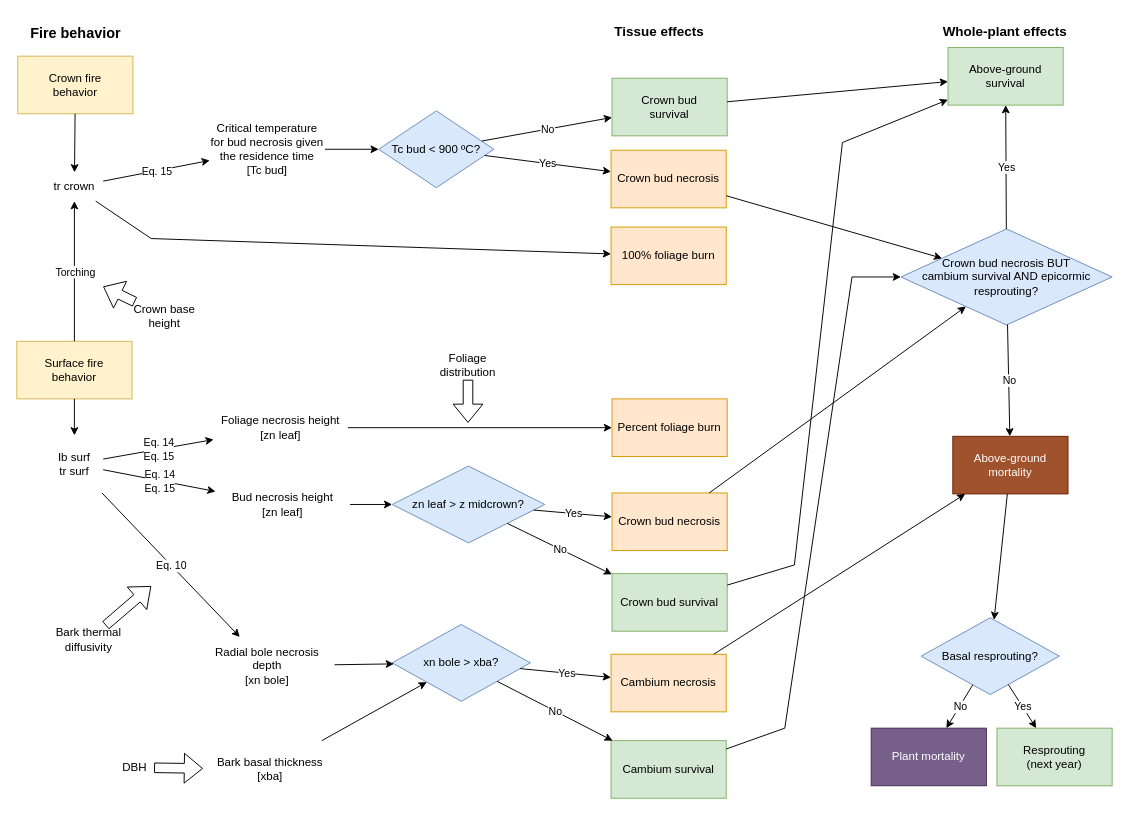
Before: FireSeverity.drawio in emf-creaf/medfatebook, a draw.io diagram. Source tidied: cells renumbered, new cells numbered last; positions are measured from the earlier drawing's top-left corner, leaving out a move shared by most shapes. Both pictures are drawn from the tidied source at 96%, with x=0, y=0 at pixel (16, 16).
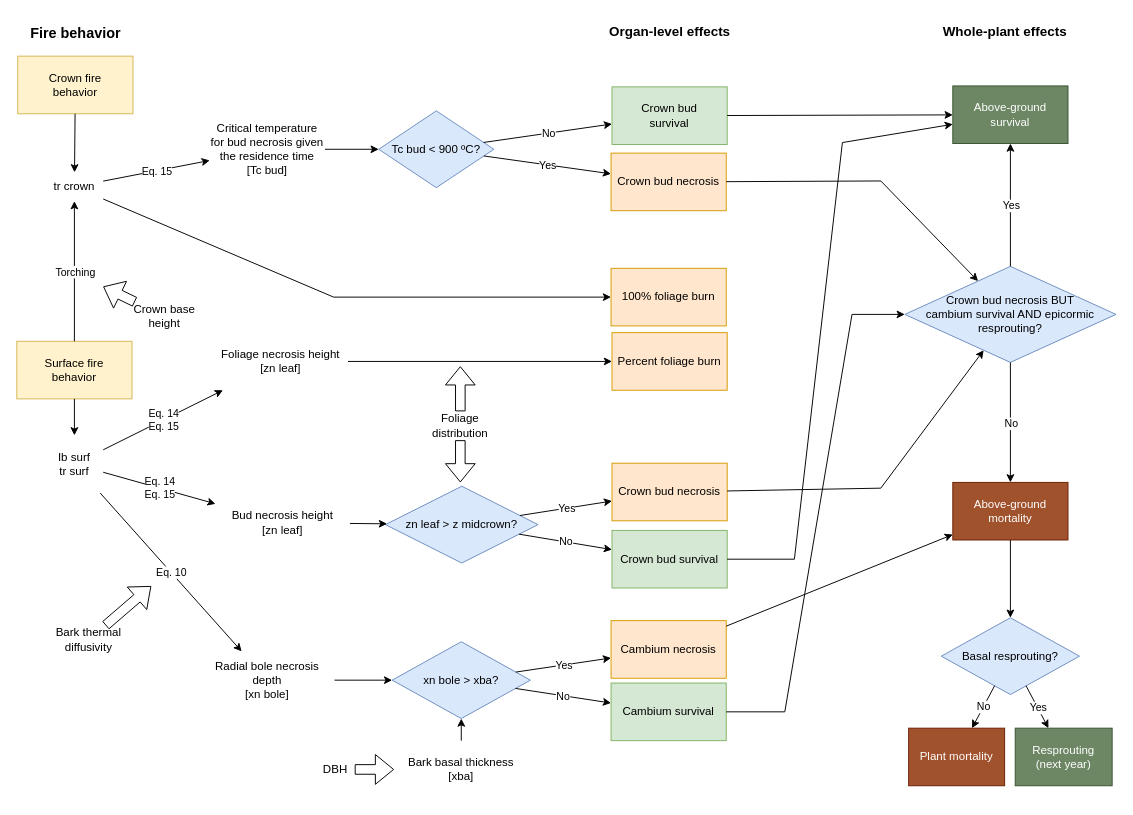
Above is the later version.

Unchanged cells that the change refers to:
```xml
<mxCell id="3" value="tr crown" style="text;html=1;strokeColor=none;fillColor=none;align=center;verticalAlign=middle;whiteSpace=wrap;rounded=0;" parent="1" vertex="1">
  <mxGeometry x="30" y="162" width="60" height="30" as="geometry" />
</mxCell>
```

The edit, as a diff of the source:
```diff
@@
     <mxCell id="9" value="Crown bud necrosis" style="rounded=0;whiteSpace=wrap;html=1;fillColor=#ffe6cc;strokeColor=#d79b00;" parent="1" vertex="1">
-      <mxGeometry x="619" y="139" width="120" height="60" as="geometry" />
+      <mxGeometry x="619" y="142" width="120" height="60" as="geometry" />
     </mxCell>
@@
     <mxCell id="12" style="endArrow=classic;html=1;rounded=0;" parent="1" edge="1" source="3" target="13">
       <mxGeometry relative="1" as="geometry">
         <Array as="points">
-          <mxPoint x="140" y="231" />
+          <mxPoint x="330" y="292" />
         </Array>
       </mxGeometry>
     </mxCell>
     <mxCell id="13" value="&lt;div&gt;100% foliage burn&lt;/div&gt;" style="rounded=0;whiteSpace=wrap;html=1;fillColor=#ffe6cc;strokeColor=#d79b00;" parent="1" vertex="1">
-      <mxGeometry x="619" y="219" width="120" height="60" as="geometry" />
+      <mxGeometry x="619" y="262" width="120" height="60" as="geometry" />
     </mxCell>
     <mxCell id="14" value="&lt;div&gt;Crown bud &lt;br&gt;&lt;/div&gt;&lt;div&gt;survival&lt;/div&gt;" style="rounded=0;whiteSpace=wrap;html=1;fillColor=#d5e8d4;strokeColor=#82b366;" parent="1" vertex="1">
-      <mxGeometry x="620" y="64" width="120" height="60" as="geometry" />
+      <mxGeometry x="620" y="73" width="120" height="60" as="geometry" />
     </mxCell>
@@
     <mxCell id="20" value="&lt;div&gt;Foliage necrosis height&lt;br&gt;&lt;/div&gt;&lt;div&gt;[zn leaf]&lt;/div&gt;" style="text;html=1;strokeColor=none;fillColor=none;align=center;verticalAlign=middle;whiteSpace=wrap;rounded=0;" parent="1" vertex="1">
-      <mxGeometry x="205" y="398" width="140" height="60" as="geometry" />
+      <mxGeometry x="205" y="329" width="140" height="60" as="geometry" />
     </mxCell>
     <mxCell id="21" value="&lt;div&gt;Bud necrosis height&lt;br&gt;&lt;/div&gt;&lt;div&gt;[zn leaf]&lt;/div&gt;" style="text;html=1;strokeColor=none;fillColor=none;align=center;verticalAlign=middle;whiteSpace=wrap;rounded=0;" parent="1" vertex="1">
-      <mxGeometry x="207" y="478" width="140" height="60" as="geometry" />
+      <mxGeometry x="207" y="497" width="140" height="60" as="geometry" />
     </mxCell>
     <mxCell id="22" value="&lt;div&gt;Percent foliage burn&lt;/div&gt;" style="rounded=0;whiteSpace=wrap;html=1;fillColor=#ffe6cc;strokeColor=#d79b00;" parent="1" vertex="1">
-      <mxGeometry x="620" y="398" width="120" height="60" as="geometry" />
+      <mxGeometry x="620" y="329" width="120" height="60" as="geometry" />
     </mxCell>
@@
     <mxCell id="24" value="zn leaf &amp;gt; z midcrown?" style="rhombus;whiteSpace=wrap;html=1;fillColor=#dae8fc;strokeColor=#6c8ebf;" parent="1" vertex="1">
-      <mxGeometry x="391" y="468" width="159" height="80" as="geometry" />
+      <mxGeometry x="384" y="489" width="159" height="80" as="geometry" />
     </mxCell>
     <mxCell id="25" value="Crown bud necrosis" style="rounded=0;whiteSpace=wrap;html=1;fillColor=#ffe6cc;strokeColor=#d79b00;" parent="1" vertex="1">
-      <mxGeometry x="620" y="496" width="120" height="60" as="geometry" />
+      <mxGeometry x="620" y="465" width="120" height="60" as="geometry" />
     </mxCell>
@@
     <mxCell id="28" value="Crown bud survival" style="rounded=0;whiteSpace=wrap;html=1;fillColor=#d5e8d4;strokeColor=#82b366;" parent="1" vertex="1">
-      <mxGeometry x="620" y="580" width="120" height="60" as="geometry" />
+      <mxGeometry x="620" y="535" width="120" height="60" as="geometry" />
     </mxCell>
@@
-    <mxCell id="31" style="endArrow=classic;html=1;rounded=0;" parent="1" edge="1" source="21">
-      <mxGeometry relative="1" as="geometry">
-        <mxPoint x="391" y="508" as="targetPoint" />
-      </mxGeometry>
+    <mxCell id="31" style="endArrow=classic;html=1;rounded=0;" parent="1" edge="1" source="21" target="24">
+      <mxGeometry relative="1" as="geometry" />
     </mxCell>
@@
     <mxCell id="37" value="&lt;div&gt;Radial bole necrosis depth&lt;br&gt;&lt;/div&gt;&lt;div&gt;[xn bole]&lt;/div&gt;" style="text;html=1;strokeColor=none;fillColor=none;align=center;verticalAlign=middle;whiteSpace=wrap;rounded=0;" parent="1" vertex="1">
-      <mxGeometry x="191" y="646" width="140" height="60" as="geometry" />
+      <mxGeometry x="191" y="661" width="140" height="60" as="geometry" />
     </mxCell>
     <mxCell id="38" value="xn bole &amp;gt; xba?" style="rhombus;whiteSpace=wrap;html=1;fillColor=#dae8fc;strokeColor=#6c8ebf;" parent="1" vertex="1">
-      <mxGeometry x="391" y="633" width="144" height="80" as="geometry" />
+      <mxGeometry x="391" y="651" width="144" height="80" as="geometry" />
     </mxCell>
@@
     <mxCell id="40" value="Foliage distribution" style="text;html=1;strokeColor=none;fillColor=none;align=center;verticalAlign=middle;whiteSpace=wrap;rounded=0;" parent="1" vertex="1">
-      <mxGeometry x="440" y="348" width="60" height="30" as="geometry" />
+      <mxGeometry x="432" y="411" width="60" height="30" as="geometry" />
     </mxCell>
     <mxCell id="41" style="shape=flexArrow;endArrow=classic;html=1;rounded=0;" parent="1" edge="1" source="40">
       <mxGeometry relative="1" as="geometry">
-        <mxPoint x="470" y="423" as="targetPoint" />
+        <mxPoint x="462" y="485" as="targetPoint" />
       </mxGeometry>
     </mxCell>
     <mxCell id="42" value="Cambium necrosis" style="rounded=0;whiteSpace=wrap;html=1;fillColor=#ffe6cc;strokeColor=#d79b00;" parent="1" vertex="1">
-      <mxGeometry x="619" y="664" width="120" height="60" as="geometry" />
+      <mxGeometry x="619" y="629" width="120" height="60" as="geometry" />
     </mxCell>
@@
     <mxCell id="45" value="Cambium survival" style="rounded=0;whiteSpace=wrap;html=1;fillColor=#d5e8d4;strokeColor=#82b366;" parent="1" vertex="1">
-      <mxGeometry x="619" y="754" width="120" height="60" as="geometry" />
+      <mxGeometry x="619" y="694" width="120" height="60" as="geometry" />
     </mxCell>
@@
     <mxCell id="52" value="&lt;div&gt;Bark basal thickness&lt;br&gt;&lt;/div&gt;&lt;div&gt;[xba]&lt;br&gt;&lt;/div&gt;" style="text;html=1;strokeColor=none;fillColor=none;align=center;verticalAlign=middle;whiteSpace=wrap;rounded=0;" parent="1" vertex="1">
-      <mxGeometry x="194" y="754" width="140" height="60" as="geometry" />
+      <mxGeometry x="393" y="754" width="140" height="60" as="geometry" />
     </mxCell>
@@
     <mxCell id="54" value="&lt;div&gt;Crown bud necrosis BUT&lt;/div&gt;&lt;div&gt;cambium survival AND epicormic &lt;br&gt;&lt;/div&gt;&lt;div&gt;resprouting?&lt;/div&gt;" style="rhombus;whiteSpace=wrap;html=1;fillColor=#dae8fc;strokeColor=#6c8ebf;" parent="1" vertex="1">
-      <mxGeometry x="921" y="221" width="220" height="100" as="geometry" />
+      <mxGeometry x="925" y="260" width="220" height="100" as="geometry" />
     </mxCell>
     <mxCell id="55" style="endArrow=classic;html=1;rounded=0;" parent="1" edge="1" source="9" target="54">
-      <mxGeometry relative="1" as="geometry" />
+      <mxGeometry relative="1" as="geometry">
+        <Array as="points">
+          <mxPoint x="900" y="171" />
+        </Array>
+      </mxGeometry>
     </mxCell>
     <mxCell id="56" style="endArrow=classic;html=1;rounded=0;" parent="1" edge="1" source="25" target="54">
-      <mxGeometry relative="1" as="geometry" />
+      <mxGeometry relative="1" as="geometry">
+        <Array as="points">
+          <mxPoint x="900" y="491" />
+        </Array>
+      </mxGeometry>
     </mxCell>
@@
     <mxCell id="59" value="&lt;div&gt;Above-ground&lt;/div&gt;&lt;div&gt;mortality&lt;br&gt;&lt;/div&gt;" style="rounded=0;whiteSpace=wrap;html=1;fillColor=#a0522d;fontColor=#ffffff;strokeColor=#6D1F00;" parent="1" vertex="1">
-      <mxGeometry x="975" y="437" width="120" height="60" as="geometry" />
+      <mxGeometry x="975" y="485" width="120" height="60" as="geometry" />
     </mxCell>
@@
     <mxCell id="63" value="Basal resprouting?" style="rhombus;whiteSpace=wrap;html=1;fillColor=#dae8fc;strokeColor=#6c8ebf;" parent="1" vertex="1">
-      <mxGeometry x="942" y="626" width="144" height="80" as="geometry" />
+      <mxGeometry x="963" y="626" width="144" height="80" as="geometry" />
     </mxCell>
@@
-    <mxCell id="65" value="Plant mortality" style="rounded=0;whiteSpace=wrap;html=1;fillColor=#76608a;strokeColor=#432D57;fontColor=#ffffff;" parent="1" vertex="1">
-      <mxGeometry x="890" y="741" width="120" height="60" as="geometry" />
+    <mxCell id="65" value="Plant mortality" style="rounded=0;whiteSpace=wrap;html=1;fillColor=#a0522d;strokeColor=#6D1F00;fontColor=#ffffff;" parent="1" vertex="1">
+      <mxGeometry x="929" y="741" width="100" height="60" as="geometry" />
     </mxCell>
@@
-    <mxCell id="68" value="&lt;div&gt;Resprouting&lt;/div&gt;&lt;div&gt;(next year)&lt;br&gt;&lt;/div&gt;" style="rounded=0;whiteSpace=wrap;html=1;fillColor=#d5e8d4;strokeColor=#82b366;" parent="1" vertex="1">
-      <mxGeometry x="1021" y="741" width="120" height="60" as="geometry" />
+    <mxCell id="68" value="&lt;div&gt;Resprouting&lt;/div&gt;&lt;div&gt;(next year)&lt;br&gt;&lt;/div&gt;" style="rounded=0;whiteSpace=wrap;html=1;fillColor=#6d8764;strokeColor=#3A5431;fontColor=#ffffff;" parent="1" vertex="1">
+      <mxGeometry x="1040" y="741" width="101" height="60" as="geometry" />
     </mxCell>
@@
-    <mxCell id="71" value="&lt;div&gt;Above-ground&lt;/div&gt;&lt;div&gt;survival&lt;br&gt;&lt;/div&gt;" style="rounded=0;whiteSpace=wrap;html=1;fillColor=#d5e8d4;strokeColor=#82b366;" parent="1" vertex="1">
-      <mxGeometry x="970" y="32" width="120" height="60" as="geometry" />
+    <mxCell id="71" value="&lt;div&gt;Above-ground&lt;/div&gt;&lt;div&gt;survival&lt;br&gt;&lt;/div&gt;" style="rounded=0;whiteSpace=wrap;html=1;fillColor=#6d8764;strokeColor=#3A5431;fontColor=#ffffff;" parent="1" vertex="1">
+      <mxGeometry x="975" y="72" width="120" height="60" as="geometry" />
     </mxCell>
@@
-    <mxCell id="77" value="&lt;font style=&quot;font-size: 14px;&quot;&gt;&lt;b&gt;Tissue effects&lt;br&gt;&lt;/b&gt;&lt;/font&gt;" style="text;html=1;align=center;verticalAlign=middle;strokeColor=none;fillColor=none;" parent="1" vertex="1">
-      <mxGeometry x="609" width="120" height="30" as="geometry" />
+    <mxCell id="77" value="&lt;font style=&quot;font-size: 14px;&quot;&gt;&lt;b&gt;Organ-level effects&lt;br&gt;&lt;/b&gt;&lt;/font&gt;" style="text;html=1;align=center;verticalAlign=middle;strokeColor=none;fillColor=none;" parent="1" vertex="1">
+      <mxGeometry x="605" width="150" height="30" as="geometry" />
     </mxCell>
@@
     <mxCell id="79" value="DBH" style="text;html=1;strokeColor=none;fillColor=none;align=center;verticalAlign=middle;whiteSpace=wrap;rounded=0;" parent="1" vertex="1">
-      <mxGeometry x="103" y="767" width="40" height="30" as="geometry" />
+      <mxGeometry x="312" y="769" width="40" height="30" as="geometry" />
     </mxCell>
@@
     <mxCell id="82" style="endArrow=classic;html=1;rounded=0;" parent="1" edge="1" source="28" target="71">
       <mxGeometry relative="1" as="geometry">
         <Array as="points">
-          <mxPoint x="810" y="571" />
+          <mxPoint x="810" y="565" />
           <mxPoint x="860" y="131" />
         </Array>
       </mxGeometry>
     </mxCell>
     <mxCell id="83" style="endArrow=classic;html=1;rounded=0;" parent="1" edge="1" source="45" target="54">
       <mxGeometry relative="1" as="geometry">
         <Array as="points">
-          <mxPoint x="800" y="741" />
-          <mxPoint x="870" y="271" />
+          <mxPoint x="800" y="724" />
+          <mxPoint x="870" y="310" />
         </Array>
       </mxGeometry>
     </mxCell>
+    <mxCell id="84" style="shape=flexArrow;endArrow=classic;html=1;rounded=0;" parent="1" edge="1" source="40">
+      <mxGeometry relative="1" as="geometry">
+        <mxPoint x="462" y="364" as="targetPoint" />
+      </mxGeometry>
+    </mxCell>
```
